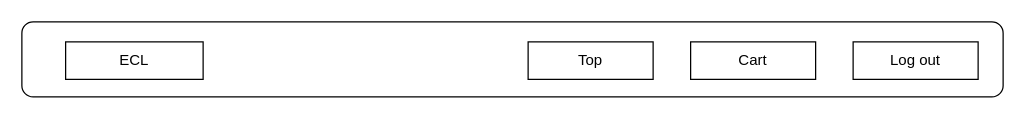
Before: ワイヤーフレーム/header.drawio in ecl11/ECL, a draw.io diagram. Source tidied: cells renumbered, new cells numbered last; positions are measured from the earlier drawing's top-left corner, leaving out a move shared by most shapes. Both pictures are drawn from the tidied source at 125%, with x=0, y=0 at pixel (21, 21).
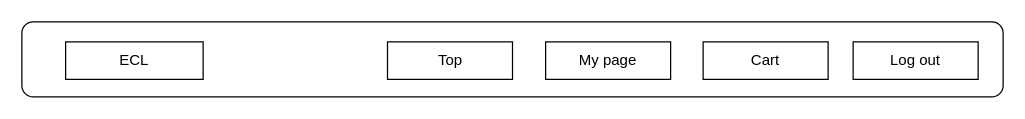
The same diagram, later.

Commit message:
ヘッダー　ユーザー用

Change to the diagram source:
```diff
@@
 <mxGraphModel>
   <root>
     <mxCell id="0" />
     <mxCell id="1" parent="0" />
     <mxCell id="2" style="rounded=1;whiteSpace=wrap;html=1;" parent="1" vertex="1">
       <mxGeometry width="785" height="60" as="geometry" />
     </mxCell>
     <mxCell id="3" value="ECL" style="rounded=0;whiteSpace=wrap;html=1;" parent="1" vertex="1">
       <mxGeometry x="35" y="16" width="110" height="30" as="geometry" />
     </mxCell>
     <mxCell id="4" value="Top" style="rounded=0;whiteSpace=wrap;html=1;" parent="1" vertex="1">
-      <mxGeometry x="405" y="16" width="100" height="30" as="geometry" />
+      <mxGeometry x="292.5" y="16" width="100" height="30" as="geometry" />
     </mxCell>
     <mxCell id="5" value="Cart" style="rounded=0;whiteSpace=wrap;html=1;" parent="1" vertex="1">
-      <mxGeometry x="535" y="16" width="100" height="30" as="geometry" />
+      <mxGeometry x="545" y="16" width="100" height="30" as="geometry" />
     </mxCell>
     <mxCell id="6" value="Log out" style="rounded=0;whiteSpace=wrap;html=1;" parent="1" vertex="1">
       <mxGeometry x="665" y="16" width="100" height="30" as="geometry" />
     </mxCell>
+    <mxCell id="7" value="My page" style="rounded=0;whiteSpace=wrap;html=1;" parent="1" vertex="1">
+      <mxGeometry x="419" y="16" width="100" height="30" as="geometry" />
+    </mxCell>
   </root>
 </mxGraphModel>
```
